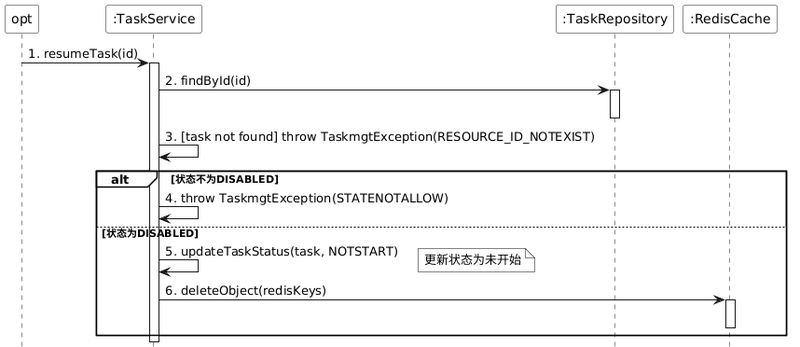
This is doc/taskmgt/png/sequence/resumeTaskSequence.png from laborday922/RobotBackendManagementSystem, a PlantUML export, as it was before one commit. Its diagram source:
```plantuml
@startuml
skinparam monochrome true
skinparam backgroundColor transparent
skinparam participantBackgroundColor white
skinparam noteBackgroundColor white
skinparam noteBorderColor Black
hide footbox
skinparam sequenceGroupBackgroundColor White
skinparam sequenceGroupBodyBackgroundColor White

participant "opt" as opt
participant ":TaskService" as TaskService
participant ":TaskRepository" as TaskRepository
participant ":RedisCache" as RedisCache

opt -> TaskService : 1. resumeTask(id)
activate TaskService

TaskService -> TaskRepository : 2. findById(id)
activate TaskRepository
deactivate TaskRepository

TaskService -> TaskService : 3. [task not found] throw TaskmgtException(RESOURCE_ID_NOTEXIST)

alt 状态不为DISABLED
    TaskService -> TaskService : 4. throw TaskmgtException(STATENOTALLOW)
else 状态为DISABLED
    TaskService -> TaskService : 5. updateTaskStatus(task, NOTSTART)
    note right : 更新状态为未开始

    TaskService -> RedisCache : 6. deleteObject(redisKeys)
    activate RedisCache
    deactivate RedisCache
end

deactivate TaskService
@enduml
```
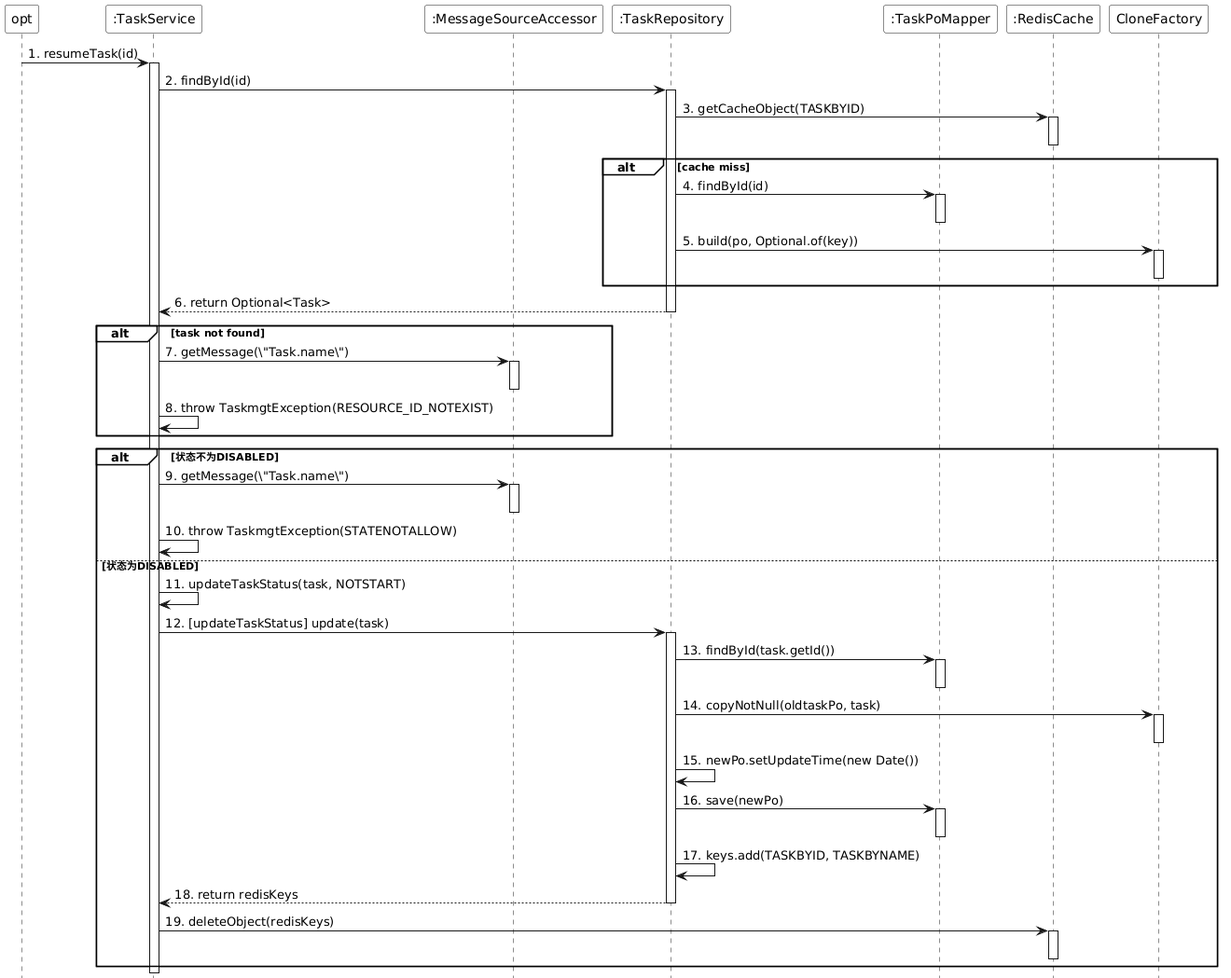
After the change.

Diff of the diagram source:
```diff
@@ -10,7 +10,9 @@
 
 participant "opt" as opt
 participant ":TaskService" as TaskService
+participant ":MessageSourceAccessor" as MessageSource
 participant ":TaskRepository" as TaskRepository
+participant ":TaskPoMapper" as TaskPoMapper
 participant ":RedisCache" as RedisCache
 
 opt -> TaskService : 1. resumeTask(id)
@@ -18,17 +20,58 @@
 
 TaskService -> TaskRepository : 2. findById(id)
 activate TaskRepository
+
+TaskRepository -> RedisCache : 3. getCacheObject(TASKBYID)
+activate RedisCache
+deactivate RedisCache
+
+alt cache miss
+    TaskRepository -> TaskPoMapper : 4. findById(id)
+    activate TaskPoMapper
+    deactivate TaskPoMapper
+    TaskRepository -> CloneFactory : 5. build(po, Optional.of(key))
+    activate CloneFactory
+    deactivate CloneFactory
+end
+
+TaskRepository --> TaskService : 6. return Optional<Task>
 deactivate TaskRepository
 
-TaskService -> TaskService : 3. [task not found] throw TaskmgtException(RESOURCE_ID_NOTEXIST)
+alt task not found
+    TaskService -> MessageSource : 7. getMessage(\"Task.name\")
+    activate MessageSource
+    deactivate MessageSource
+    TaskService -> TaskService : 8. throw TaskmgtException(RESOURCE_ID_NOTEXIST)
+end
 
 alt 状态不为DISABLED
-    TaskService -> TaskService : 4. throw TaskmgtException(STATENOTALLOW)
+    TaskService -> MessageSource : 9. getMessage(\"Task.name\")
+    activate MessageSource
+    deactivate MessageSource
+    TaskService -> TaskService : 10. throw TaskmgtException(STATENOTALLOW)
 else 状态为DISABLED
-    TaskService -> TaskService : 5. updateTaskStatus(task, NOTSTART)
-    note right : 更新状态为未开始
+    TaskService -> TaskService : 11. updateTaskStatus(task, NOTSTART)
 
-    TaskService -> RedisCache : 6. deleteObject(redisKeys)
+    TaskService -> TaskRepository : 12. [updateTaskStatus] update(task)
+    activate TaskRepository
+
+    TaskRepository -> TaskPoMapper : 13. findById(task.getId())
+    activate TaskPoMapper
+    deactivate TaskPoMapper
+
+    TaskRepository -> CloneFactory : 14. copyNotNull(oldtaskPo, task)
+    activate CloneFactory
+    deactivate CloneFactory
+    TaskRepository -> TaskRepository : 15. newPo.setUpdateTime(new Date())
+    TaskRepository -> TaskPoMapper : 16. save(newPo)
+    activate TaskPoMapper
+    deactivate TaskPoMapper
+
+    TaskRepository -> TaskRepository : 17. keys.add(TASKBYID, TASKBYNAME)
+    TaskRepository --> TaskService : 18. return redisKeys
+    deactivate TaskRepository
+
+    TaskService -> RedisCache : 19. deleteObject(redisKeys)
     activate RedisCache
     deactivate RedisCache
 end
```
